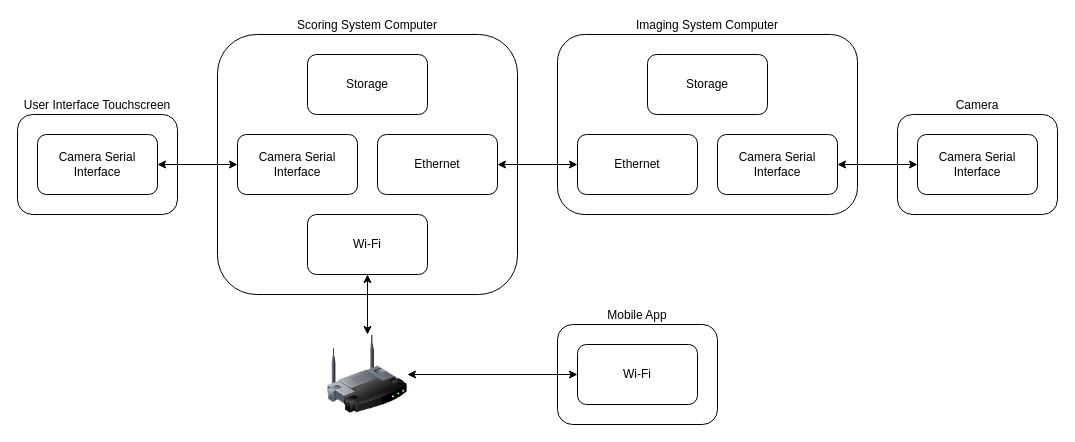
kparlak/dart-scoring-system keeps this draw.io diagram as page "Interface" (7 of 7) of documentation/Dart_Scoring_System_Schematics.drawio. Above is the earlier version. Source tidied: cells renumbered, new cells numbered last; positions are measured from the earlier drawing's top-left corner, leaving out a move shared by most shapes. Both pictures are drawn from the tidied source at 100%, with x=0, y=0 at pixel (17, 34).
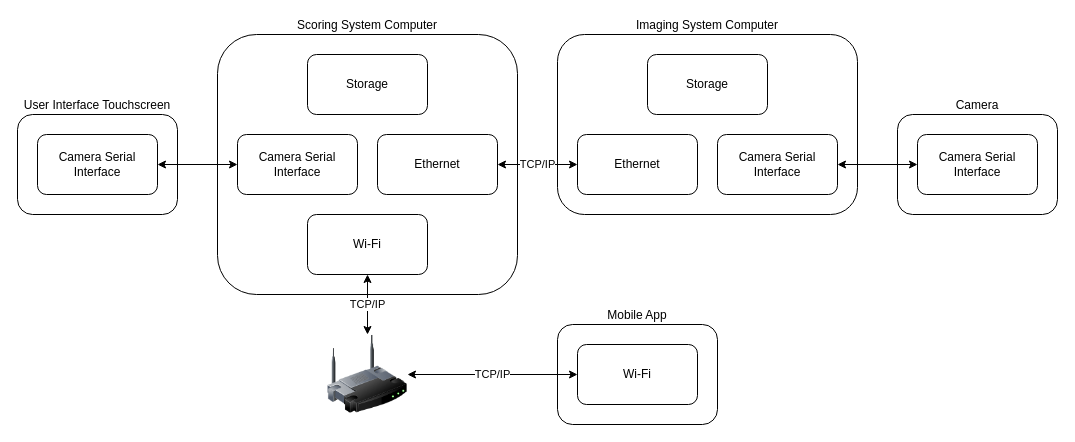
The same diagram, later.

Unchanged cells that the change refers to:
```xml
<mxCell id="3" value="Wi-Fi" style="rounded=1;whiteSpace=wrap;html=1;" parent="1" vertex="1">
  <mxGeometry x="560" y="310" width="120" height="60" as="geometry" />
</mxCell>
<mxCell id="5" value="Ethernet" style="rounded=1;whiteSpace=wrap;html=1;" parent="1" vertex="1">
  <mxGeometry x="560" y="100" width="120" height="60" as="geometry" />
</mxCell>
<mxCell id="12" value="Wi-Fi" style="rounded=1;whiteSpace=wrap;html=1;" parent="1" vertex="1">
  <mxGeometry x="290" y="180" width="120" height="60" as="geometry" />
</mxCell>
<mxCell id="14" value="Ethernet" style="rounded=1;whiteSpace=wrap;html=1;" parent="1" vertex="1">
  <mxGeometry x="360" y="100" width="120" height="60" as="geometry" />
</mxCell>
<mxCell id="18" style="image;html=1;image=img/lib/clip_art/networking/Wireless_Router_128x128.png;" parent="1" vertex="1">
  <mxGeometry x="310" y="300" width="80" height="80" as="geometry" />
</mxCell>
```

The edit, as a diff of the source:
```diff
@@
-    <mxCell id="11" style="edgeStyle=orthogonalEdgeStyle;rounded=1;jettySize=auto;html=1;exitX=0.5;exitY=1;exitDx=0;exitDy=0;entryX=0.5;entryY=0;entryDx=0;entryDy=0;startArrow=classic;startFill=1;strokeColor=#000000;" parent="1" edge="1" source="12" target="18">
+    <mxCell id="11" value="TCP/IP" style="edgeStyle=orthogonalEdgeStyle;rounded=1;jettySize=auto;html=1;exitX=0.5;exitY=1;exitDx=0;exitDy=0;entryX=0.5;entryY=0;entryDx=0;entryDy=0;startArrow=classic;startFill=1;strokeColor=#000000;" parent="1" edge="1" source="12" target="18">
       <mxGeometry relative="1" as="geometry" />
     </mxCell>
@@
-    <mxCell id="13" style="edgeStyle=orthogonalEdgeStyle;rounded=1;jettySize=auto;html=1;exitX=1;exitY=0.5;exitDx=0;exitDy=0;entryX=0;entryY=0.5;entryDx=0;entryDy=0;startArrow=classic;startFill=1;strokeColor=#000000;" parent="1" edge="1" source="14" target="5">
+    <mxCell id="13" value="TCP/IP" style="edgeStyle=orthogonalEdgeStyle;rounded=1;jettySize=auto;html=1;exitX=1;exitY=0.5;exitDx=0;exitDy=0;entryX=0;entryY=0.5;entryDx=0;entryDy=0;startArrow=classic;startFill=1;strokeColor=#000000;" parent="1" edge="1" source="14" target="5">
       <mxGeometry relative="1" as="geometry" />
     </mxCell>
@@
-    <mxCell id="17" style="edgeStyle=orthogonalEdgeStyle;rounded=1;jettySize=auto;html=1;exitX=1;exitY=0.5;exitDx=0;exitDy=0;entryX=0;entryY=0.5;entryDx=0;entryDy=0;startArrow=classic;startFill=1;strokeColor=#000000;" parent="1" edge="1" source="18" target="3">
+    <mxCell id="17" value="TCP/IP" style="edgeStyle=orthogonalEdgeStyle;rounded=1;jettySize=auto;html=1;exitX=1;exitY=0.5;exitDx=0;exitDy=0;entryX=0;entryY=0.5;entryDx=0;entryDy=0;startArrow=classic;startFill=1;strokeColor=#000000;" parent="1" edge="1" source="18" target="3">
       <mxGeometry relative="1" as="geometry" />
     </mxCell>
```
